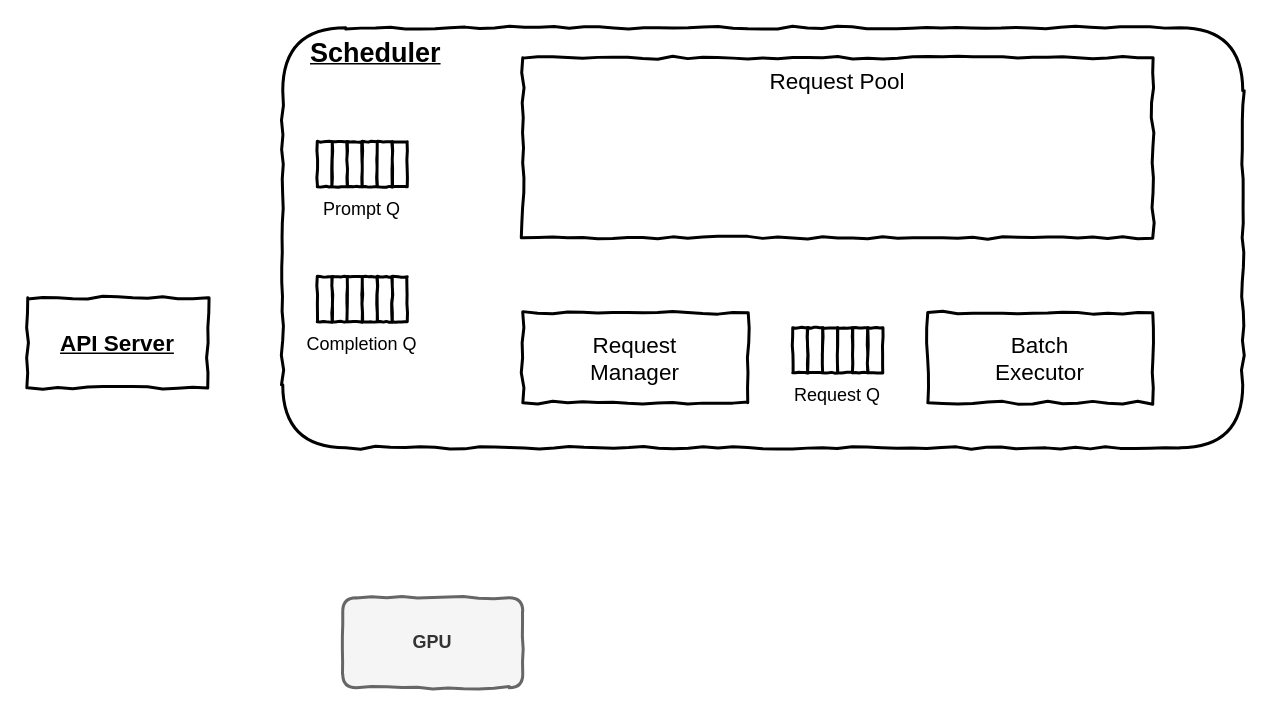
The draw.io diagram LunarServ Internals.drawio in duck-ho/draw.io, before the edit. Source tidied: cells renumbered, new cells numbered last; positions are measured from the earlier drawing's top-left corner, leaving out a move shared by most shapes. Both pictures are drawn from the tidied source at 150%, with x=0, y=0 at pixel (27, 27).
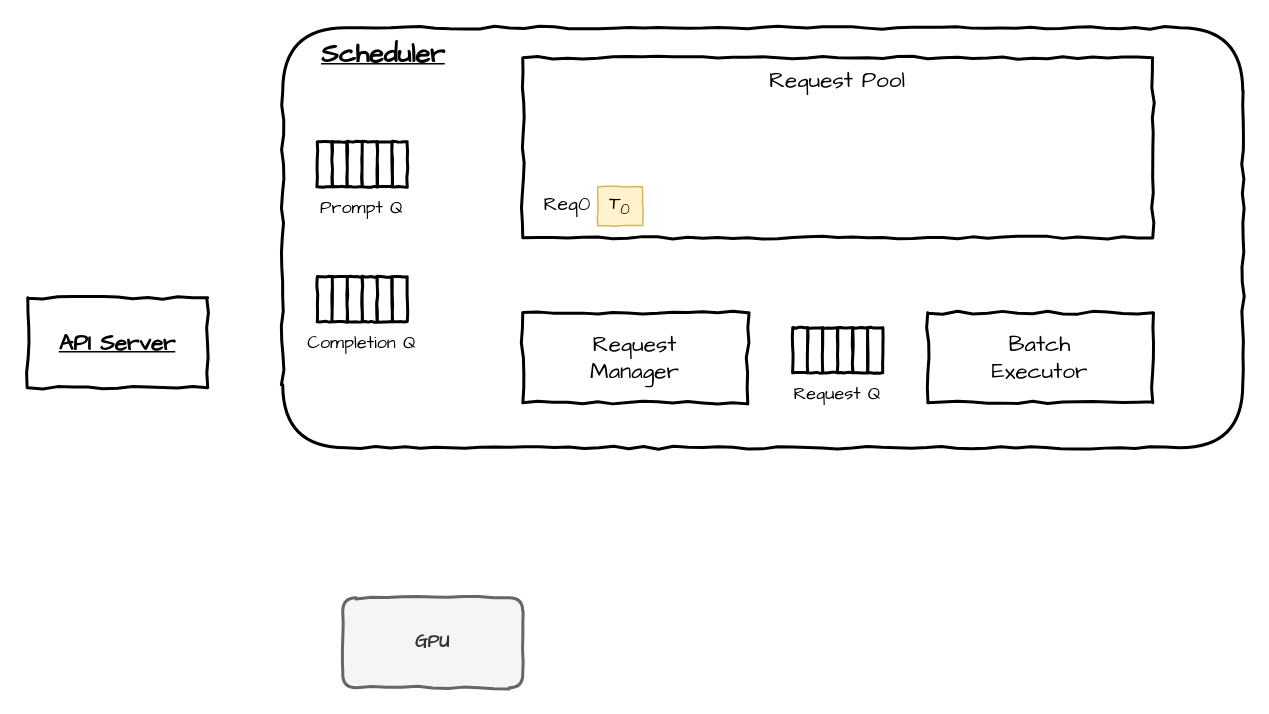
The same page after the edit.

What changed in the source:
```diff
@@
-    <mxCell id="2" value="API Server" style="rounded=0;whiteSpace=wrap;sketch=1;curveFitting=1;jiggle=2;fontFamily=Permanent Marker;html=1;sketchStyle=comic;fontStyle=5;strokeWidth=2;fontSize=15;" parent="1" vertex="1">
+    <mxCell id="2" value="API Server" style="rounded=0;whiteSpace=wrap;sketch=1;curveFitting=1;jiggle=2;fontFamily=Architects Daughter;html=1;sketchStyle=comic;fontStyle=5;strokeWidth=2;fontSize=15;linecap=round;" parent="1" vertex="1">
       <mxGeometry y="180" width="120" height="60" as="geometry" />
     </mxCell>
-    <mxCell id="3" value="GPU" style="rounded=1;whiteSpace=wrap;html=1;sketch=1;jiggle=2;curveFitting=1;sketchStyle=comic;strokeColor=#666666;strokeWidth=2;align=center;verticalAlign=middle;fontFamily=Permanent Marker;fontSize=12;fontStyle=1;fillColor=#f5f5f5;fontColor=#333333;" parent="1" vertex="1">
+    <mxCell id="3" value="GPU" style="rounded=1;whiteSpace=wrap;html=1;sketch=1;jiggle=2;curveFitting=1;sketchStyle=comic;strokeColor=#666666;strokeWidth=2;align=center;verticalAlign=middle;fontFamily=Architects Daughter;fontSize=12;fontStyle=1;fillColor=#f5f5f5;fontColor=#333333;" parent="1" vertex="1">
       <mxGeometry x="210" y="380" width="120" height="60" as="geometry" />
     </mxCell>
-    <mxCell id="4" value="&amp;nbsp; &amp;nbsp; &amp;nbsp;&lt;font style=&quot;font-size: 18px;&quot;&gt;&lt;u&gt;Scheduler&lt;/u&gt;&lt;/font&gt;" style="rounded=1;whiteSpace=wrap;html=1;sketch=1;jiggle=2;curveFitting=1;sketchStyle=comic;strokeColor=default;strokeWidth=2;align=left;verticalAlign=top;fontFamily=Permanent Marker;fontSize=12;fontColor=default;fontStyle=1;fillColor=none;" parent="1" vertex="1">
+    <mxCell id="4" value="&amp;nbsp; &amp;nbsp; &amp;nbsp;&lt;font style=&quot;font-size: 18px;&quot;&gt;&lt;u&gt;Scheduler&lt;/u&gt;&lt;/font&gt;" style="rounded=1;whiteSpace=wrap;html=1;sketch=1;jiggle=2;curveFitting=1;sketchStyle=comic;strokeColor=default;strokeWidth=2;align=left;verticalAlign=top;fontFamily=Architects Daughter;fontSize=12;fontColor=default;fontStyle=1;fillColor=none;" parent="1" vertex="1">
       <mxGeometry x="170" width="640" height="280" as="geometry" />
     </mxCell>
-    <mxCell id="5" style="group;" parent="1" vertex="1">
+    <mxCell id="5" style="group;fontFamily=Architects Daughter;" parent="1" vertex="1">
       <mxGeometry x="193" y="76" width="60" height="60" as="geometry" />
     </mxCell>
-    <mxCell id="6" value="&lt;span style=&quot;font-weight: normal;&quot;&gt;Prompt Q&lt;/span&gt;" style="text;html=1;align=center;verticalAlign=middle;whiteSpace=wrap;rounded=0;fontFamily=Permanent Marker;fontSize=12;fontColor=default;fontStyle=1;" parent="5" vertex="1">
+    <mxCell id="6" value="&lt;span style=&quot;font-weight: normal;&quot;&gt;Prompt Q&lt;/span&gt;" style="text;html=1;align=center;verticalAlign=middle;whiteSpace=wrap;rounded=0;fontFamily=Architects Daughter;fontSize=12;fontColor=default;fontStyle=1;" parent="5" vertex="1">
       <mxGeometry y="30" width="60" height="30" as="geometry" />
     </mxCell>
-    <mxCell id="7" style="group;" parent="5" vertex="1">
+    <mxCell id="7" style="group;fontFamily=Architects Daughter;" parent="5" vertex="1">
       <mxGeometry width="60" height="30" as="geometry" />
     </mxCell>
-    <mxCell id="8" style="rounded=0;whiteSpace=wrap;html=1;sketch=1;jiggle=2;curveFitting=1;sketchStyle=comic;strokeColor=default;strokeWidth=2;align=center;verticalAlign=middle;fontFamily=Permanent Marker;fontSize=12;fontColor=default;fontStyle=1;fillColor=default;" parent="7" vertex="1">
+    <mxCell id="8" style="rounded=0;whiteSpace=wrap;html=1;sketch=1;jiggle=2;curveFitting=1;sketchStyle=comic;strokeColor=default;strokeWidth=2;align=center;verticalAlign=middle;fontFamily=Architects Daughter;fontSize=12;fontColor=default;fontStyle=1;fillColor=default;" parent="7" vertex="1">
       <mxGeometry width="10" height="30" as="geometry" />
     </mxCell>
-    <mxCell id="9" style="rounded=0;whiteSpace=wrap;html=1;sketch=1;jiggle=2;curveFitting=1;sketchStyle=comic;strokeColor=default;strokeWidth=2;align=center;verticalAlign=middle;fontFamily=Permanent Marker;fontSize=12;fontColor=default;fontStyle=1;fillColor=default;" parent="7" vertex="1">
+    <mxCell id="9" style="rounded=0;whiteSpace=wrap;html=1;sketch=1;jiggle=2;curveFitting=1;sketchStyle=comic;strokeColor=default;strokeWidth=2;align=center;verticalAlign=middle;fontFamily=Architects Daughter;fontSize=12;fontColor=default;fontStyle=1;fillColor=default;" parent="7" vertex="1">
       <mxGeometry x="10" width="10" height="30" as="geometry" />
     </mxCell>
-    <mxCell id="10" style="rounded=0;whiteSpace=wrap;html=1;sketch=1;jiggle=2;curveFitting=1;sketchStyle=comic;strokeColor=default;strokeWidth=2;align=center;verticalAlign=middle;fontFamily=Permanent Marker;fontSize=12;fontColor=default;fontStyle=1;fillColor=default;" parent="7" vertex="1">
+    <mxCell id="10" style="rounded=0;whiteSpace=wrap;html=1;sketch=1;jiggle=2;curveFitting=1;sketchStyle=comic;strokeColor=default;strokeWidth=2;align=center;verticalAlign=middle;fontFamily=Architects Daughter;fontSize=12;fontColor=default;fontStyle=1;fillColor=default;" parent="7" vertex="1">
       <mxGeometry x="20" width="10" height="30" as="geometry" />
     </mxCell>
-    <mxCell id="11" style="rounded=0;whiteSpace=wrap;html=1;sketch=1;jiggle=2;curveFitting=1;sketchStyle=comic;strokeColor=default;strokeWidth=2;align=center;verticalAlign=middle;fontFamily=Permanent Marker;fontSize=12;fontColor=default;fontStyle=1;fillColor=default;" parent="7" vertex="1">
+    <mxCell id="11" style="rounded=0;whiteSpace=wrap;html=1;sketch=1;jiggle=2;curveFitting=1;sketchStyle=comic;strokeColor=default;strokeWidth=2;align=center;verticalAlign=middle;fontFamily=Architects Daughter;fontSize=12;fontColor=default;fontStyle=1;fillColor=default;" parent="7" vertex="1">
       <mxGeometry x="30" width="10" height="30" as="geometry" />
     </mxCell>
-    <mxCell id="12" style="rounded=0;whiteSpace=wrap;html=1;sketch=1;jiggle=2;curveFitting=1;sketchStyle=comic;strokeColor=default;strokeWidth=2;align=center;verticalAlign=middle;fontFamily=Permanent Marker;fontSize=12;fontColor=default;fontStyle=1;fillColor=default;" parent="7" vertex="1">
+    <mxCell id="12" style="rounded=0;whiteSpace=wrap;html=1;sketch=1;jiggle=2;curveFitting=1;sketchStyle=comic;strokeColor=default;strokeWidth=2;align=center;verticalAlign=middle;fontFamily=Architects Daughter;fontSize=12;fontColor=default;fontStyle=1;fillColor=default;" parent="7" vertex="1">
       <mxGeometry x="40" width="10" height="30" as="geometry" />
     </mxCell>
-    <mxCell id="13" style="rounded=0;whiteSpace=wrap;html=1;sketch=1;jiggle=2;curveFitting=1;sketchStyle=comic;strokeColor=default;strokeWidth=2;align=center;verticalAlign=middle;fontFamily=Permanent Marker;fontSize=12;fontColor=default;fontStyle=1;fillColor=default;" parent="7" vertex="1">
+    <mxCell id="13" style="rounded=0;whiteSpace=wrap;html=1;sketch=1;jiggle=2;curveFitting=1;sketchStyle=comic;strokeColor=default;strokeWidth=2;align=center;verticalAlign=middle;fontFamily=Architects Daughter;fontSize=12;fontColor=default;fontStyle=1;fillColor=default;" parent="7" vertex="1">
       <mxGeometry x="50" width="10" height="30" as="geometry" />
     </mxCell>
-    <mxCell id="14" style="group;" parent="1" vertex="1">
+    <mxCell id="14" style="group;fontFamily=Architects Daughter;" parent="1" vertex="1">
       <mxGeometry x="193" y="166" width="90" height="60" as="geometry" />
     </mxCell>
-    <mxCell id="15" value="&lt;span style=&quot;font-weight: normal;&quot;&gt;Completion Q&lt;/span&gt;" style="text;html=1;align=center;verticalAlign=middle;whiteSpace=wrap;rounded=0;fontFamily=Permanent Marker;fontSize=12;fontColor=default;fontStyle=1;" parent="14" vertex="1">
+    <mxCell id="15" value="&lt;span style=&quot;font-weight: normal;&quot;&gt;Completion Q&lt;/span&gt;" style="text;html=1;align=center;verticalAlign=middle;whiteSpace=wrap;rounded=0;fontFamily=Architects Daughter;fontSize=12;fontColor=default;fontStyle=1;" parent="14" vertex="1">
       <mxGeometry x="-15" y="30" width="90" height="30" as="geometry" />
     </mxCell>
-    <mxCell id="16" style="group;" parent="14" vertex="1">
+    <mxCell id="16" style="group;fontFamily=Architects Daughter;" parent="14" vertex="1">
       <mxGeometry width="60" height="30" as="geometry" />
     </mxCell>
-    <mxCell id="17" style="rounded=0;whiteSpace=wrap;html=1;sketch=1;jiggle=2;curveFitting=1;sketchStyle=comic;strokeColor=default;strokeWidth=2;align=center;verticalAlign=middle;fontFamily=Permanent Marker;fontSize=12;fontColor=default;fontStyle=1;fillColor=default;" parent="16" vertex="1">
+    <mxCell id="17" style="rounded=0;whiteSpace=wrap;html=1;sketch=1;jiggle=2;curveFitting=1;sketchStyle=comic;strokeColor=default;strokeWidth=2;align=center;verticalAlign=middle;fontFamily=Architects Daughter;fontSize=12;fontColor=default;fontStyle=1;fillColor=default;" parent="16" vertex="1">
       <mxGeometry width="10" height="30" as="geometry" />
     </mxCell>
-    <mxCell id="18" style="rounded=0;whiteSpace=wrap;html=1;sketch=1;jiggle=2;curveFitting=1;sketchStyle=comic;strokeColor=default;strokeWidth=2;align=center;verticalAlign=middle;fontFamily=Permanent Marker;fontSize=12;fontColor=default;fontStyle=1;fillColor=default;" parent="16" vertex="1">
+    <mxCell id="18" style="rounded=0;whiteSpace=wrap;html=1;sketch=1;jiggle=2;curveFitting=1;sketchStyle=comic;strokeColor=default;strokeWidth=2;align=center;verticalAlign=middle;fontFamily=Architects Daughter;fontSize=12;fontColor=default;fontStyle=1;fillColor=default;" parent="16" vertex="1">
       <mxGeometry x="10" width="10" height="30" as="geometry" />
     </mxCell>
-    <mxCell id="19" style="rounded=0;whiteSpace=wrap;html=1;sketch=1;jiggle=2;curveFitting=1;sketchStyle=comic;strokeColor=default;strokeWidth=2;align=center;verticalAlign=middle;fontFamily=Permanent Marker;fontSize=12;fontColor=default;fontStyle=1;fillColor=default;" parent="16" vertex="1">
+    <mxCell id="19" style="rounded=0;whiteSpace=wrap;html=1;sketch=1;jiggle=2;curveFitting=1;sketchStyle=comic;strokeColor=default;strokeWidth=2;align=center;verticalAlign=middle;fontFamily=Architects Daughter;fontSize=12;fontColor=default;fontStyle=1;fillColor=default;" parent="16" vertex="1">
       <mxGeometry x="20" width="10" height="30" as="geometry" />
     </mxCell>
-    <mxCell id="20" style="rounded=0;whiteSpace=wrap;html=1;sketch=1;jiggle=2;curveFitting=1;sketchStyle=comic;strokeColor=default;strokeWidth=2;align=center;verticalAlign=middle;fontFamily=Permanent Marker;fontSize=12;fontColor=default;fontStyle=1;fillColor=default;" parent="16" vertex="1">
+    <mxCell id="20" style="rounded=0;whiteSpace=wrap;html=1;sketch=1;jiggle=2;curveFitting=1;sketchStyle=comic;strokeColor=default;strokeWidth=2;align=center;verticalAlign=middle;fontFamily=Architects Daughter;fontSize=12;fontColor=default;fontStyle=1;fillColor=default;" parent="16" vertex="1">
       <mxGeometry x="30" width="10" height="30" as="geometry" />
     </mxCell>
-    <mxCell id="21" style="rounded=0;whiteSpace=wrap;html=1;sketch=1;jiggle=2;curveFitting=1;sketchStyle=comic;strokeColor=default;strokeWidth=2;align=center;verticalAlign=middle;fontFamily=Permanent Marker;fontSize=12;fontColor=default;fontStyle=1;fillColor=default;" parent="16" vertex="1">
+    <mxCell id="21" style="rounded=0;whiteSpace=wrap;html=1;sketch=1;jiggle=2;curveFitting=1;sketchStyle=comic;strokeColor=default;strokeWidth=2;align=center;verticalAlign=middle;fontFamily=Architects Daughter;fontSize=12;fontColor=default;fontStyle=1;fillColor=default;" parent="16" vertex="1">
       <mxGeometry x="40" width="10" height="30" as="geometry" />
     </mxCell>
-    <mxCell id="22" style="rounded=0;whiteSpace=wrap;html=1;sketch=1;jiggle=2;curveFitting=1;sketchStyle=comic;strokeColor=default;strokeWidth=2;align=center;verticalAlign=middle;fontFamily=Permanent Marker;fontSize=12;fontColor=default;fontStyle=1;fillColor=default;" parent="16" vertex="1">
+    <mxCell id="22" style="rounded=0;whiteSpace=wrap;html=1;sketch=1;jiggle=2;curveFitting=1;sketchStyle=comic;strokeColor=default;strokeWidth=2;align=center;verticalAlign=middle;fontFamily=Architects Daughter;fontSize=12;fontColor=default;fontStyle=1;fillColor=default;" parent="16" vertex="1">
       <mxGeometry x="50" width="10" height="30" as="geometry" />
     </mxCell>
-    <mxCell id="23" value="&lt;span style=&quot;font-size: 15px;&quot;&gt;Request Pool&lt;/span&gt;" style="rounded=0;whiteSpace=wrap;html=1;sketch=1;jiggle=2;curveFitting=1;sketchStyle=comic;strokeColor=default;strokeWidth=2;align=center;verticalAlign=top;fontFamily=Permanent Marker;fontSize=15;fontColor=default;fontStyle=0;fillColor=default;" parent="1" vertex="1">
+    <mxCell id="23" value="&lt;span style=&quot;font-size: 15px;&quot;&gt;Request Pool&lt;/span&gt;" style="rounded=0;whiteSpace=wrap;html=1;sketch=1;jiggle=2;curveFitting=1;sketchStyle=comic;strokeColor=default;strokeWidth=2;align=center;verticalAlign=top;fontFamily=Architects Daughter;fontSize=15;fontColor=default;fontStyle=0;fillColor=default;fillStyle=hachure;" parent="1" vertex="1">
       <mxGeometry x="330" y="20" width="420" height="120" as="geometry" />
     </mxCell>
-    <mxCell id="24" value="&lt;font style=&quot;font-size: 15px;&quot;&gt;Request&lt;/font&gt;&lt;div style=&quot;font-size: 15px;&quot;&gt;&lt;font style=&quot;font-size: 15px;&quot;&gt;Manager&lt;/font&gt;&lt;/div&gt;" style="rounded=0;whiteSpace=wrap;html=1;sketch=1;jiggle=2;curveFitting=1;sketchStyle=comic;strokeColor=default;strokeWidth=2;align=center;verticalAlign=middle;fontFamily=Permanent Marker;fontSize=12;fontColor=default;fontStyle=0;fillColor=default;" parent="1" vertex="1">
+    <mxCell id="24" value="&lt;font style=&quot;font-size: 15px;&quot;&gt;Request&lt;/font&gt;&lt;div style=&quot;font-size: 15px;&quot;&gt;&lt;font style=&quot;font-size: 15px;&quot;&gt;Manager&lt;/font&gt;&lt;/div&gt;" style="rounded=0;whiteSpace=wrap;html=1;sketch=1;jiggle=2;curveFitting=1;sketchStyle=comic;strokeColor=default;strokeWidth=2;align=center;verticalAlign=middle;fontFamily=Architects Daughter;fontSize=12;fontColor=default;fontStyle=0;fillColor=default;" parent="1" vertex="1">
       <mxGeometry x="330" y="190" width="150" height="60" as="geometry" />
     </mxCell>
-    <mxCell id="25" style="group;" parent="1" vertex="1">
+    <mxCell id="25" style="group;fontFamily=Architects Daughter;" parent="1" vertex="1">
       <mxGeometry x="510" y="200" width="90" height="60" as="geometry" />
     </mxCell>
-    <mxCell id="26" value="&lt;span style=&quot;font-weight: normal;&quot;&gt;Request Q&lt;/span&gt;" style="text;html=1;align=center;verticalAlign=middle;whiteSpace=wrap;rounded=0;fontFamily=Permanent Marker;fontSize=12;fontColor=default;fontStyle=1;" parent="25" vertex="1">
+    <mxCell id="26" value="&lt;span style=&quot;font-weight: normal;&quot;&gt;Request Q&lt;/span&gt;" style="text;html=1;align=center;verticalAlign=middle;whiteSpace=wrap;rounded=0;fontFamily=Architects Daughter;fontSize=12;fontColor=default;fontStyle=1;" parent="25" vertex="1">
       <mxGeometry x="-15" y="30" width="90" height="30" as="geometry" />
     </mxCell>
-    <mxCell id="27" style="group;" parent="25" vertex="1">
+    <mxCell id="27" style="group;fontFamily=Architects Daughter;" parent="25" vertex="1">
       <mxGeometry width="60" height="30" as="geometry" />
     </mxCell>
-    <mxCell id="28" style="rounded=0;whiteSpace=wrap;html=1;sketch=1;jiggle=2;curveFitting=1;sketchStyle=comic;strokeColor=default;strokeWidth=2;align=center;verticalAlign=middle;fontFamily=Permanent Marker;fontSize=12;fontColor=default;fontStyle=1;fillColor=default;" parent="27" vertex="1">
+    <mxCell id="28" style="rounded=0;whiteSpace=wrap;html=1;sketch=1;jiggle=2;curveFitting=1;sketchStyle=comic;strokeColor=default;strokeWidth=2;align=center;verticalAlign=middle;fontFamily=Architects Daughter;fontSize=12;fontColor=default;fontStyle=1;fillColor=default;" parent="27" vertex="1">
       <mxGeometry width="10" height="30" as="geometry" />
     </mxCell>
-    <mxCell id="29" style="rounded=0;whiteSpace=wrap;html=1;sketch=1;jiggle=2;curveFitting=1;sketchStyle=comic;strokeColor=default;strokeWidth=2;align=center;verticalAlign=middle;fontFamily=Permanent Marker;fontSize=12;fontColor=default;fontStyle=1;fillColor=default;" parent="27" vertex="1">
+    <mxCell id="29" style="rounded=0;whiteSpace=wrap;html=1;sketch=1;jiggle=2;curveFitting=1;sketchStyle=comic;strokeColor=default;strokeWidth=2;align=center;verticalAlign=middle;fontFamily=Architects Daughter;fontSize=12;fontColor=default;fontStyle=1;fillColor=default;" parent="27" vertex="1">
       <mxGeometry x="10" width="10" height="30" as="geometry" />
     </mxCell>
-    <mxCell id="30" style="rounded=0;whiteSpace=wrap;html=1;sketch=1;jiggle=2;curveFitting=1;sketchStyle=comic;strokeColor=default;strokeWidth=2;align=center;verticalAlign=middle;fontFamily=Permanent Marker;fontSize=12;fontColor=default;fontStyle=1;fillColor=default;" parent="27" vertex="1">
+    <mxCell id="30" style="rounded=0;whiteSpace=wrap;html=1;sketch=1;jiggle=2;curveFitting=1;sketchStyle=comic;strokeColor=default;strokeWidth=2;align=center;verticalAlign=middle;fontFamily=Architects Daughter;fontSize=12;fontColor=default;fontStyle=1;fillColor=default;" parent="27" vertex="1">
       <mxGeometry x="20" width="10" height="30" as="geometry" />
     </mxCell>
-    <mxCell id="31" style="rounded=0;whiteSpace=wrap;html=1;sketch=1;jiggle=2;curveFitting=1;sketchStyle=comic;strokeColor=default;strokeWidth=2;align=center;verticalAlign=middle;fontFamily=Permanent Marker;fontSize=12;fontColor=default;fontStyle=1;fillColor=default;" parent="27" vertex="1">
+    <mxCell id="31" style="rounded=0;whiteSpace=wrap;html=1;sketch=1;jiggle=2;curveFitting=1;sketchStyle=comic;strokeColor=default;strokeWidth=2;align=center;verticalAlign=middle;fontFamily=Architects Daughter;fontSize=12;fontColor=default;fontStyle=1;fillColor=default;" parent="27" vertex="1">
       <mxGeometry x="30" width="10" height="30" as="geometry" />
     </mxCell>
-    <mxCell id="32" style="rounded=0;whiteSpace=wrap;html=1;sketch=1;jiggle=2;curveFitting=1;sketchStyle=comic;strokeColor=default;strokeWidth=2;align=center;verticalAlign=middle;fontFamily=Permanent Marker;fontSize=12;fontColor=default;fontStyle=1;fillColor=default;" parent="27" vertex="1">
+    <mxCell id="32" style="rounded=0;whiteSpace=wrap;html=1;sketch=1;jiggle=2;curveFitting=1;sketchStyle=comic;strokeColor=default;strokeWidth=2;align=center;verticalAlign=middle;fontFamily=Architects Daughter;fontSize=12;fontColor=default;fontStyle=1;fillColor=default;" parent="27" vertex="1">
       <mxGeometry x="40" width="10" height="30" as="geometry" />
     </mxCell>
-    <mxCell id="33" style="rounded=0;whiteSpace=wrap;html=1;sketch=1;jiggle=2;curveFitting=1;sketchStyle=comic;strokeColor=default;strokeWidth=2;align=center;verticalAlign=middle;fontFamily=Permanent Marker;fontSize=12;fontColor=default;fontStyle=1;fillColor=default;" parent="27" vertex="1">
+    <mxCell id="33" style="rounded=0;whiteSpace=wrap;html=1;sketch=1;jiggle=2;curveFitting=1;sketchStyle=comic;strokeColor=default;strokeWidth=2;align=center;verticalAlign=middle;fontFamily=Architects Daughter;fontSize=12;fontColor=default;fontStyle=1;fillColor=default;" parent="27" vertex="1">
       <mxGeometry x="50" width="10" height="30" as="geometry" />
     </mxCell>
-    <mxCell id="34" value="&lt;span style=&quot;font-size: 15px;&quot;&gt;Batch&lt;/span&gt;&lt;div&gt;&lt;span style=&quot;font-size: 15px;&quot;&gt;Executor&lt;/span&gt;&lt;/div&gt;" style="rounded=0;whiteSpace=wrap;html=1;sketch=1;jiggle=2;curveFitting=1;sketchStyle=comic;strokeColor=default;strokeWidth=2;align=center;verticalAlign=middle;fontFamily=Permanent Marker;fontSize=12;fontColor=default;fontStyle=0;fillColor=default;" parent="1" vertex="1">
+    <mxCell id="34" value="&lt;span style=&quot;font-size: 15px;&quot;&gt;Batch&lt;/span&gt;&lt;div&gt;&lt;span style=&quot;font-size: 15px;&quot;&gt;Executor&lt;/span&gt;&lt;/div&gt;" style="rounded=0;whiteSpace=wrap;html=1;sketch=1;jiggle=2;curveFitting=1;sketchStyle=comic;strokeColor=default;strokeWidth=2;align=center;verticalAlign=middle;fontFamily=Architects Daughter;fontSize=12;fontColor=default;fontStyle=0;fillColor=default;" parent="1" vertex="1">
       <mxGeometry x="600" y="190" width="150" height="60" as="geometry" />
     </mxCell>
+    <mxCell id="35" value="&lt;span style=&quot;font-weight: normal; font-size: 13px;&quot;&gt;Req0&lt;/span&gt;" style="text;html=1;align=center;verticalAlign=middle;whiteSpace=wrap;rounded=0;fontFamily=Architects Daughter;fontSize=13;fontColor=default;fontStyle=1;" parent="1" vertex="1">
+      <mxGeometry x="330" y="103" width="60" height="30" as="geometry" />
+    </mxCell>
+    <mxCell id="36" value="T&lt;sub&gt;0&lt;/sub&gt;" style="rounded=0;whiteSpace=wrap;html=1;align=center;verticalAlign=middle;fontFamily=Architects Daughter;fontSize=12;fontStyle=0;fillColor=#fff2cc;sketchStyle=comic;strokeColor=#d6b656;strokeWidth=1;fillOpacity=100;sketch=1;curveFitting=1;jiggle=2;fillStyle=hachure;zigzagOffset=-1;fillWeight=-1;hachureAngle=-41;perimeterSpacing=2;glass=0;shadow=0;" parent="1" vertex="1">
+      <mxGeometry x="380" y="106" width="30" height="26" as="geometry" />
+    </mxCell>
```
